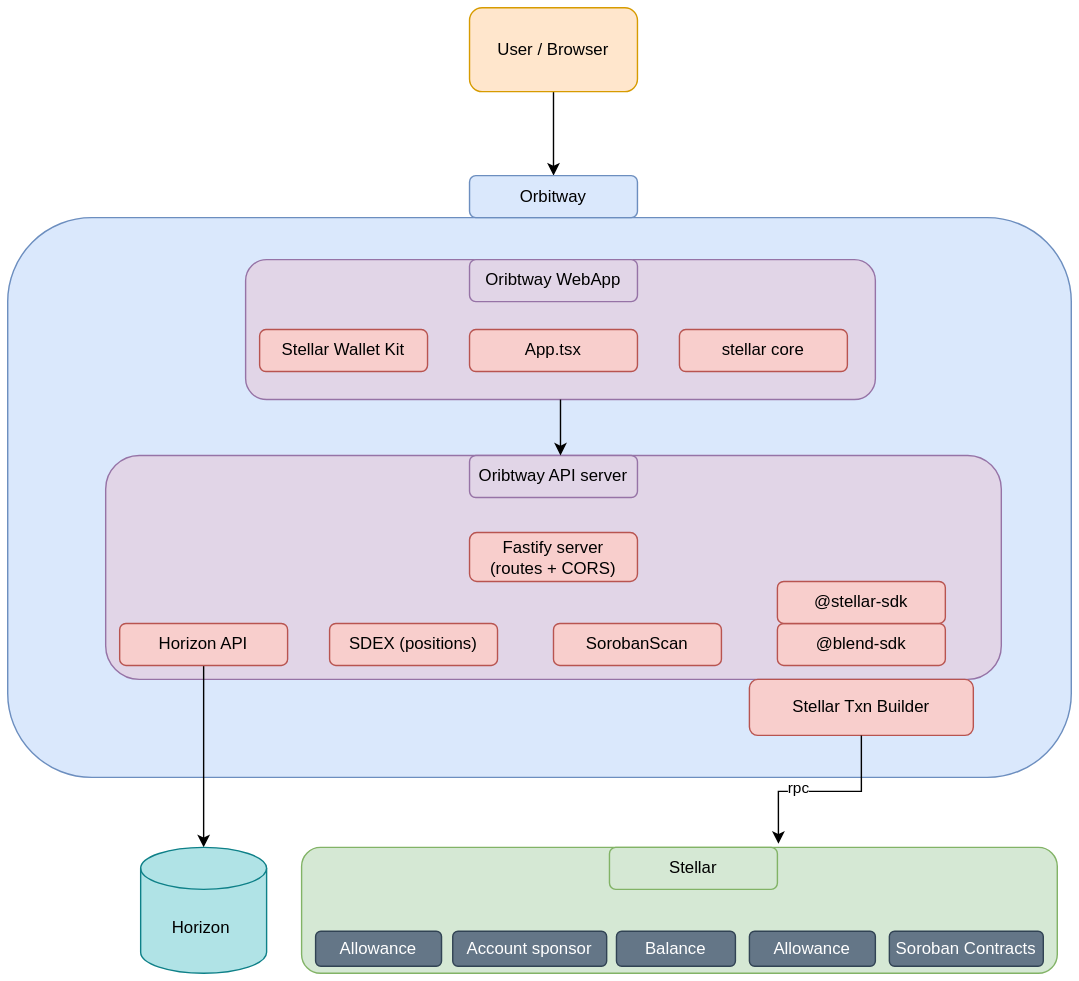
Earlier version of the draw.io export docs/architecture.svg (streamnft-tech/account_demolisher). Source tidied: cells renumbered, new cells last; positions are measured from the earlier drawing's top-left corner, leaving out a move shared by most shapes. The source it was exported from:
```xml
<mxGraphModel>
  <root>
    <mxCell id="0" />
    <mxCell id="1" parent="0" />
    <mxCell id="2" style="rounded=1;whiteSpace=wrap;html=1;fillColor=#dae8fc;strokeColor=#6c8ebf;" parent="1" vertex="1">
      <mxGeometry y="150" width="760" height="400" as="geometry" />
    </mxCell>
    <mxCell id="3" style="edgeStyle=orthogonalEdgeStyle;rounded=0;jettySize=auto;html=1;" parent="1" edge="1" source="4" target="20">
      <mxGeometry relative="1" as="geometry" />
    </mxCell>
    <mxCell id="4" value="User / Browser" style="rounded=1;whiteSpace=wrap;html=1;fillColor=#ffe6cc;strokeColor=#d79b00;" parent="1" vertex="1">
      <mxGeometry x="330" width="120" height="60" as="geometry" />
    </mxCell>
    <mxCell id="5" style="rounded=1;whiteSpace=wrap;html=1;fillColor=#e1d5e7;strokeColor=#9673a6;" parent="1" vertex="1">
      <mxGeometry x="170" y="180" width="450" height="100" as="geometry" />
    </mxCell>
    <mxCell id="6" value="Oribtway WebApp" style="rounded=1;whiteSpace=wrap;html=1;fillColor=#e1d5e7;strokeColor=#9673a6;" parent="1" vertex="1">
      <mxGeometry x="330" y="180" width="120" height="30" as="geometry" />
    </mxCell>
    <mxCell id="7" value="Stellar Wallet Kit" style="rounded=1;whiteSpace=wrap;html=1;fillColor=#f8cecc;strokeColor=#b85450;" parent="1" vertex="1">
      <mxGeometry x="180" y="230" width="120" height="30" as="geometry" />
    </mxCell>
    <mxCell id="8" value="App.tsx" style="rounded=1;whiteSpace=wrap;html=1;fillColor=#f8cecc;strokeColor=#b85450;" parent="1" vertex="1">
      <mxGeometry x="330" y="230" width="120" height="30" as="geometry" />
    </mxCell>
    <mxCell id="9" value="stellar core" style="rounded=1;whiteSpace=wrap;html=1;fillColor=#f8cecc;strokeColor=#b85450;" parent="1" vertex="1">
      <mxGeometry x="480" y="230" width="120" height="30" as="geometry" />
    </mxCell>
    <mxCell id="10" style="rounded=1;whiteSpace=wrap;html=1;fillColor=#e1d5e7;strokeColor=#9673a6;" parent="1" vertex="1">
      <mxGeometry x="70" y="320" width="640" height="160" as="geometry" />
    </mxCell>
    <mxCell id="11" value="Oribtway API server" style="rounded=1;whiteSpace=wrap;html=1;fillColor=#e1d5e7;strokeColor=#9673a6;" parent="1" vertex="1">
      <mxGeometry x="330" y="320" width="120" height="30" as="geometry" />
    </mxCell>
    <mxCell id="12" value="Fastify server&lt;br&gt;(routes + CORS)" style="rounded=1;whiteSpace=wrap;html=1;fillColor=#f8cecc;strokeColor=#b85450;" parent="1" vertex="1">
      <mxGeometry x="330" y="375" width="120" height="35" as="geometry" />
    </mxCell>
    <mxCell id="13" style="edgeStyle=orthogonalEdgeStyle;rounded=0;jettySize=auto;html=1;" parent="1" edge="1" source="14">
      <mxGeometry relative="1" as="geometry">
        <mxPoint x="140" y="600" as="targetPoint" />
      </mxGeometry>
    </mxCell>
    <mxCell id="14" value="Horizon API" style="rounded=1;whiteSpace=wrap;html=1;fillColor=#f8cecc;strokeColor=#b85450;" parent="1" vertex="1">
      <mxGeometry x="80" y="440" width="120" height="30" as="geometry" />
    </mxCell>
    <mxCell id="15" value="SDEX (positions)" style="rounded=1;whiteSpace=wrap;html=1;fillColor=#f8cecc;strokeColor=#b85450;" parent="1" vertex="1">
      <mxGeometry x="230" y="440" width="120" height="30" as="geometry" />
    </mxCell>
    <mxCell id="16" value="SorobanScan" style="rounded=1;whiteSpace=wrap;html=1;fillColor=#f8cecc;strokeColor=#b85450;" parent="1" vertex="1">
      <mxGeometry x="390" y="440" width="120" height="30" as="geometry" />
    </mxCell>
    <mxCell id="17" value="@blend-sdk" style="rounded=1;whiteSpace=wrap;html=1;fillColor=#f8cecc;strokeColor=#b85450;" parent="1" vertex="1">
      <mxGeometry x="550" y="440" width="120" height="30" as="geometry" />
    </mxCell>
    <mxCell id="18" value="@stellar-sdk" style="rounded=1;whiteSpace=wrap;html=1;fillColor=#f8cecc;strokeColor=#b85450;" parent="1" vertex="1">
      <mxGeometry x="550" y="410" width="120" height="30" as="geometry" />
    </mxCell>
    <mxCell id="19" value="Stellar Txn Builder" style="rounded=1;whiteSpace=wrap;html=1;fillColor=#f8cecc;strokeColor=#b85450;" parent="1" vertex="1">
      <mxGeometry x="530" y="480" width="160" height="40" as="geometry" />
    </mxCell>
    <mxCell id="20" value="Orbitway" style="rounded=1;whiteSpace=wrap;html=1;fillColor=#dae8fc;strokeColor=#6c8ebf;" parent="1" vertex="1">
      <mxGeometry x="330" y="120" width="120" height="30" as="geometry" />
    </mxCell>
    <mxCell id="21" value="Horizon&amp;nbsp;" style="shape=cylinder3;whiteSpace=wrap;html=1;boundedLbl=1;backgroundOutline=1;size=15;fillColor=#b0e3e6;strokeColor=#0e8088;" parent="1" vertex="1">
      <mxGeometry x="95" y="600" width="90" height="90" as="geometry" />
    </mxCell>
    <mxCell id="22" style="rounded=1;whiteSpace=wrap;html=1;fillColor=#d5e8d4;strokeColor=#82b366;" parent="1" vertex="1">
      <mxGeometry x="210" y="600" width="540" height="90" as="geometry" />
    </mxCell>
    <mxCell id="23" value="Stellar" style="rounded=1;whiteSpace=wrap;html=1;fillColor=#d5e8d4;strokeColor=#82b366;" parent="1" vertex="1">
      <mxGeometry x="430" y="600" width="120" height="30" as="geometry" />
    </mxCell>
    <mxCell id="24" style="edgeStyle=orthogonalEdgeStyle;rounded=0;jettySize=auto;html=1;entryX=0.631;entryY=-0.028;entryDx=0;entryDy=0;entryPerimeter=0;" parent="1" edge="1" source="19" target="22">
      <mxGeometry relative="1" as="geometry" />
    </mxCell>
    <mxCell id="25" value="rpc" style="edgeLabel;html=1;align=center;verticalAlign=middle;" parent="24" vertex="1">
      <mxGeometry x="0.26" y="-3" relative="1" as="geometry" />
    </mxCell>
    <mxCell id="26" value="Allowance" style="rounded=1;whiteSpace=wrap;html=1;fillColor=#647687;fontColor=#ffffff;strokeColor=#314354;" parent="1" vertex="1">
      <mxGeometry x="220" y="660" width="90" height="25" as="geometry" />
    </mxCell>
    <mxCell id="27" value="Account sponsor" style="rounded=1;whiteSpace=wrap;html=1;fillColor=#647687;fontColor=#ffffff;strokeColor=#314354;" parent="1" vertex="1">
      <mxGeometry x="318" y="660" width="110" height="25" as="geometry" />
    </mxCell>
    <mxCell id="28" value="Balance" style="rounded=1;whiteSpace=wrap;html=1;fillColor=#647687;fontColor=#ffffff;strokeColor=#314354;" parent="1" vertex="1">
      <mxGeometry x="435" y="660" width="85" height="25" as="geometry" />
    </mxCell>
    <mxCell id="29" value="Allowance" style="rounded=1;whiteSpace=wrap;html=1;fillColor=#647687;fontColor=#ffffff;strokeColor=#314354;" parent="1" vertex="1">
      <mxGeometry x="530" y="660" width="90" height="25" as="geometry" />
    </mxCell>
    <mxCell id="30" value="Soroban Contracts" style="rounded=1;whiteSpace=wrap;html=1;fillColor=#647687;fontColor=#ffffff;strokeColor=#314354;" parent="1" vertex="1">
      <mxGeometry x="630" y="660" width="110" height="25" as="geometry" />
    </mxCell>
    <mxCell id="31" style="edgeStyle=orthogonalEdgeStyle;rounded=0;jettySize=auto;html=1;" parent="1" edge="1" source="5">
      <mxGeometry relative="1" as="geometry">
        <mxPoint x="395" y="320" as="targetPoint" />
      </mxGeometry>
    </mxCell>
  </root>
</mxGraphModel>
```
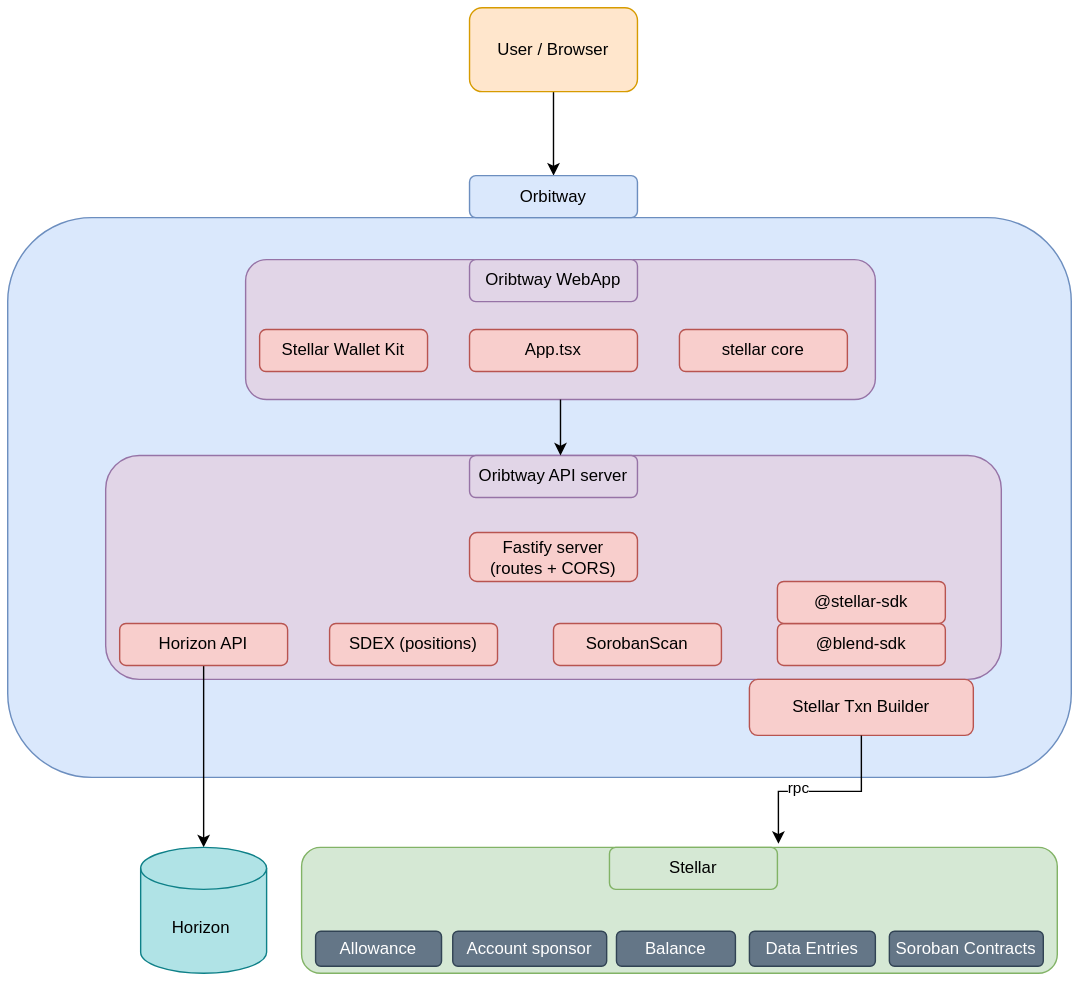
After the change.

The edit, as a diff of the source:
```diff
@@ -85,7 +85,7 @@
     <mxCell id="28" value="Balance" style="rounded=1;whiteSpace=wrap;html=1;fillColor=#647687;fontColor=#ffffff;strokeColor=#314354;" parent="1" vertex="1">
       <mxGeometry x="435" y="660" width="85" height="25" as="geometry" />
     </mxCell>
-    <mxCell id="29" value="Allowance" style="rounded=1;whiteSpace=wrap;html=1;fillColor=#647687;fontColor=#ffffff;strokeColor=#314354;" parent="1" vertex="1">
+    <mxCell id="29" value="Data Entries" style="rounded=1;whiteSpace=wrap;html=1;fillColor=#647687;fontColor=#ffffff;strokeColor=#314354;" parent="1" vertex="1">
       <mxGeometry x="530" y="660" width="90" height="25" as="geometry" />
     </mxCell>
     <mxCell id="30" value="Soroban Contracts" style="rounded=1;whiteSpace=wrap;html=1;fillColor=#647687;fontColor=#ffffff;strokeColor=#314354;" parent="1" vertex="1">
```
